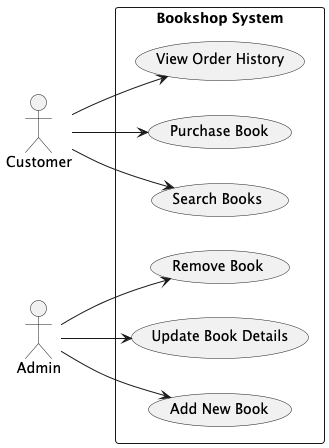
The PlantUML diagram docs/architecture/use-case-diagrams/rendered/overview.png in mikelgoig/php-microservice-example, before a commit.
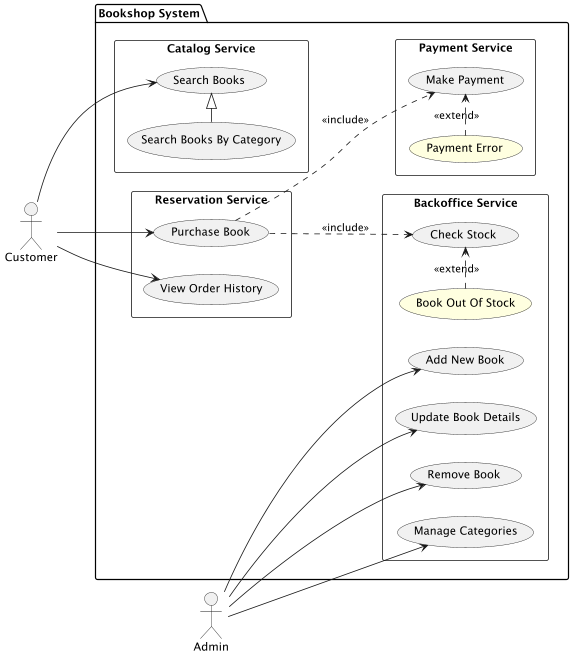
The same diagram one commit later.

Commit message:
refactor: update use-case diagrams and reorganize docs

What changed in the source:
```diff
@@ -1,23 +1,46 @@
-@startuml
+@startuml overview
 left to right direction
 
 actor Customer
 actor Admin
 
-rectangle "Bookshop System" {
-    usecase "Search Books" as UC1
-    usecase "Purchase Book" as UC2
-    usecase "View Order History" as UC3
-    usecase "Add New Book" as UC4
-    usecase "Update Book Details" as UC5
-    usecase "Remove Book" as UC6
+package "Bookshop System" {
+    rectangle "Backoffice Service" {
+        usecase "Add New Book"
+        usecase "Update Book Details"
+        usecase "Remove Book"
+        usecase "Manage Categories"
+        usecase "Check Stock"
+        usecase "Book Out Of Stock" #lightyellow
+        "Book Out Of Stock" .right.> "Check Stock" : <<extend>>
+    }
+    rectangle "Catalog Service" {
+        usecase "Search Books"
+        usecase "Search Books By Category"
+        "Search Books By Category" -right-|> "Search Books"
+    }
+
+    rectangle "Reservation Service" {
+        usecase "Purchase Book"
+        usecase "View Order History"
+    }
+
+    rectangle "Payment Service" {
+        usecase "Make Payment"
+        usecase "Payment Error" #lightyellow
+        "Payment Error" .right.> "Make Payment" : <<extend>>
+    }
 }
 
-Customer --> UC1
-Customer --> UC2
-Customer --> UC3
+Admin --> "Add New Book"
+Admin --> "Update Book Details"
+Admin --> "Remove Book"
+Admin --> "Manage Categories"
 
-Admin --> UC4
-Admin --> UC5
-Admin --> UC6
+Customer --> "Search Books"
+
+Customer --> "Purchase Book"
+"Purchase Book" ..> "Check Stock" : <<include>>
+"Purchase Book" ..> "Make Payment" : <<include>>
+Customer --> "View Order History"
 @enduml
```
